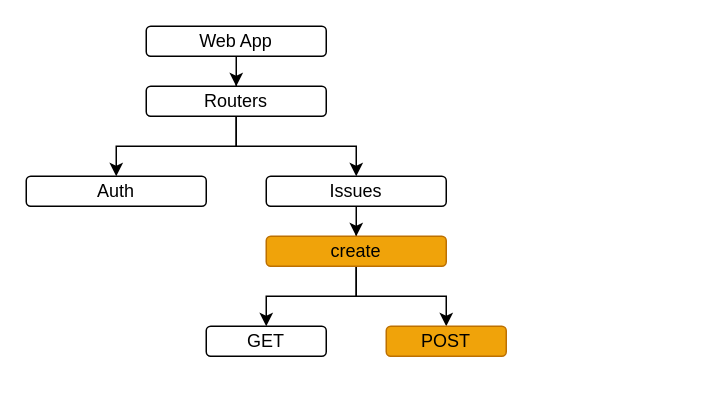
Earlier version of the draw.io diagram page "Page-1" (1 of 3) of contributors/__docs/Diagram.drawio (ames0k0/Ticket). Source tidied: cells renumbered, new cells numbered last; positions are measured from the earlier drawing's top-left corner, leaving out a move shared by most shapes. Both pictures are drawn from the tidied source at 150%, with x=0, y=0 at pixel (26, 26).
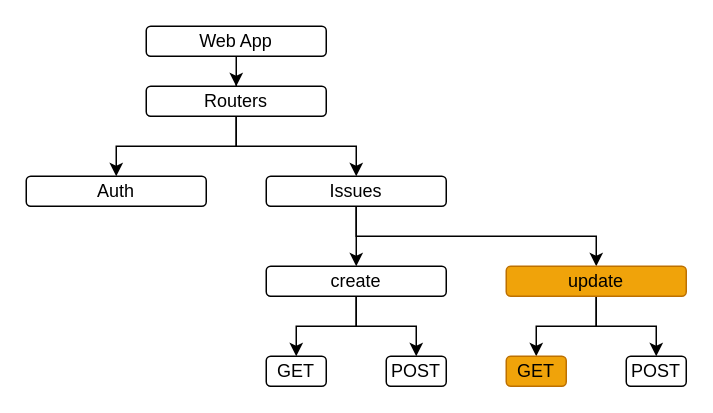
The same diagram, later.

The change refers to these unchanged cells:
```xml
<mxCell id="7" value="Issues" style="whiteSpace=wrap;html=1;rounded=1;" parent="1" vertex="1">
  <mxGeometry x="160" y="100" width="120" height="20" as="geometry" />
</mxCell>
```

Change to the diagram source:
```diff
@@
+    <mxCell id="15" style="edgeStyle=orthogonalEdgeStyle;rounded=0;jettySize=auto;html=1;" parent="1" edge="1" source="7" target="18">
+      <mxGeometry relative="1" as="geometry">
+        <Array as="points">
+          <mxPoint x="220" y="140" />
+          <mxPoint x="380" y="140" />
+        </Array>
+      </mxGeometry>
+    </mxCell>
@@
-    <mxCell id="12" value="create" style="whiteSpace=wrap;html=1;rounded=1;fillColor=#f0a30a;fontColor=#000000;strokeColor=#BD7000;" parent="1" vertex="1">
-      <mxGeometry x="160" y="140" width="120" height="20" as="geometry" />
+    <mxCell id="12" value="create" style="whiteSpace=wrap;html=1;rounded=1;" parent="1" vertex="1">
+      <mxGeometry x="160" y="160" width="120" height="20" as="geometry" />
     </mxCell>
     <mxCell id="13" value="GET" style="whiteSpace=wrap;html=1;rounded=1;" parent="1" vertex="1">
-      <mxGeometry x="120" y="200" width="80" height="20" as="geometry" />
+      <mxGeometry x="160" y="220" width="40" height="20" as="geometry" />
     </mxCell>
-    <mxCell id="14" value="POST" style="whiteSpace=wrap;html=1;rounded=1;fillColor=#f0a30a;fontColor=#000000;strokeColor=#BD7000;" parent="1" vertex="1">
-      <mxGeometry x="240" y="200" width="80" height="20" as="geometry" />
+    <mxCell id="14" value="POST" style="whiteSpace=wrap;html=1;rounded=1;" parent="1" vertex="1">
+      <mxGeometry x="240" y="220" width="40" height="20" as="geometry" />
     </mxCell>
+    <mxCell id="16" style="edgeStyle=orthogonalEdgeStyle;rounded=0;jettySize=auto;html=1;" parent="1" edge="1" source="18" target="19">
+      <mxGeometry relative="1" as="geometry" />
+    </mxCell>
+    <mxCell id="17" style="edgeStyle=orthogonalEdgeStyle;rounded=0;jettySize=auto;html=1;" parent="1" edge="1" source="18" target="20">
+      <mxGeometry relative="1" as="geometry" />
+    </mxCell>
+    <mxCell id="18" value="update" style="whiteSpace=wrap;html=1;rounded=1;fillColor=#f0a30a;fontColor=#000000;strokeColor=#BD7000;" parent="1" vertex="1">
+      <mxGeometry x="320" y="160" width="120" height="20" as="geometry" />
+    </mxCell>
+    <mxCell id="19" value="GET" style="whiteSpace=wrap;html=1;rounded=1;fillColor=#f0a30a;fontColor=#000000;strokeColor=#BD7000;" parent="1" vertex="1">
+      <mxGeometry x="320" y="220" width="40" height="20" as="geometry" />
+    </mxCell>
+    <mxCell id="20" value="POST" style="whiteSpace=wrap;html=1;rounded=1;" parent="1" vertex="1">
+      <mxGeometry x="400" y="220" width="40" height="20" as="geometry" />
+    </mxCell>
```
